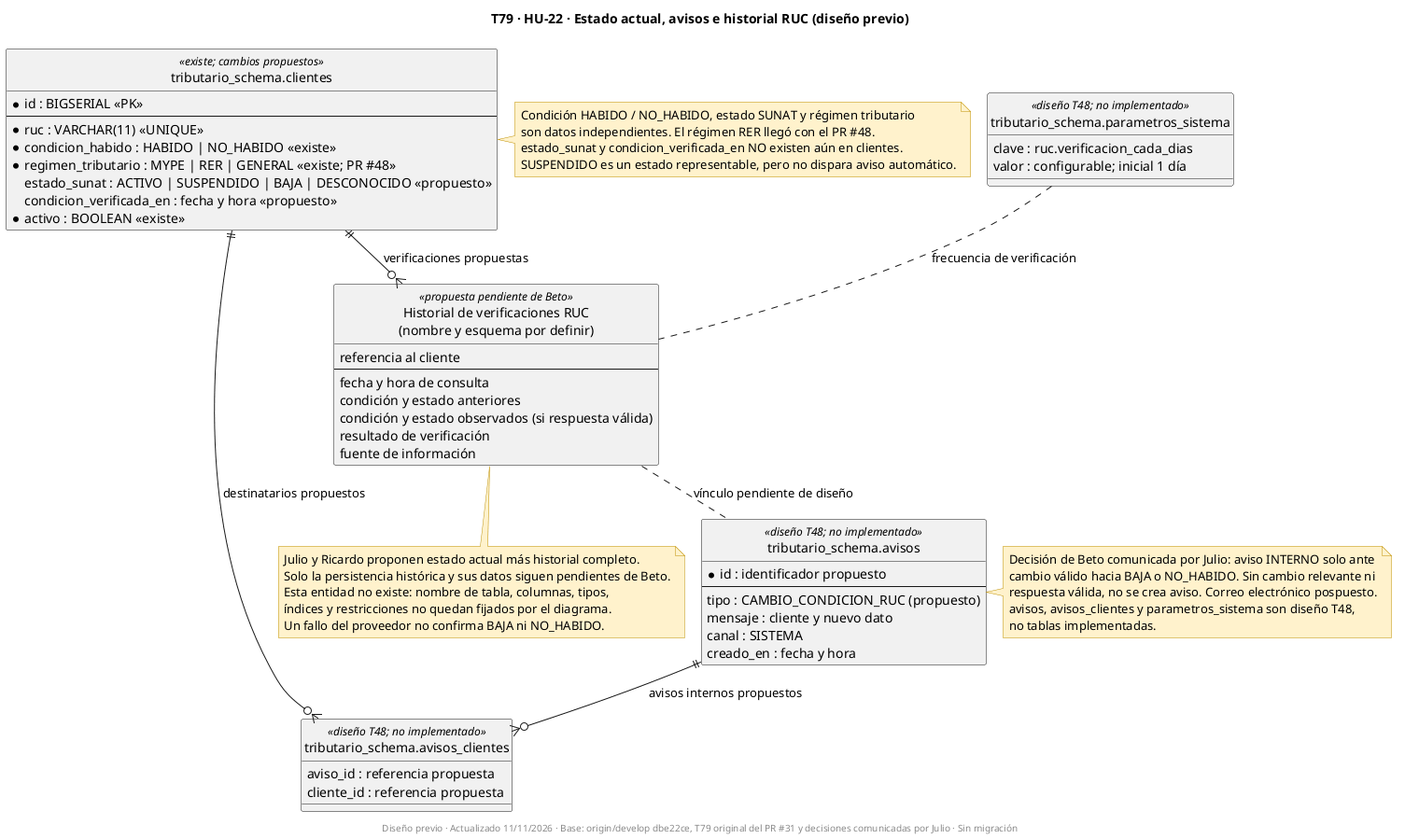
This is docs/uml/img/T79-HU22-er-condicion-cliente.png from fabianrodriguez33/plus-contable, a PlantUML export, as it was before one commit.
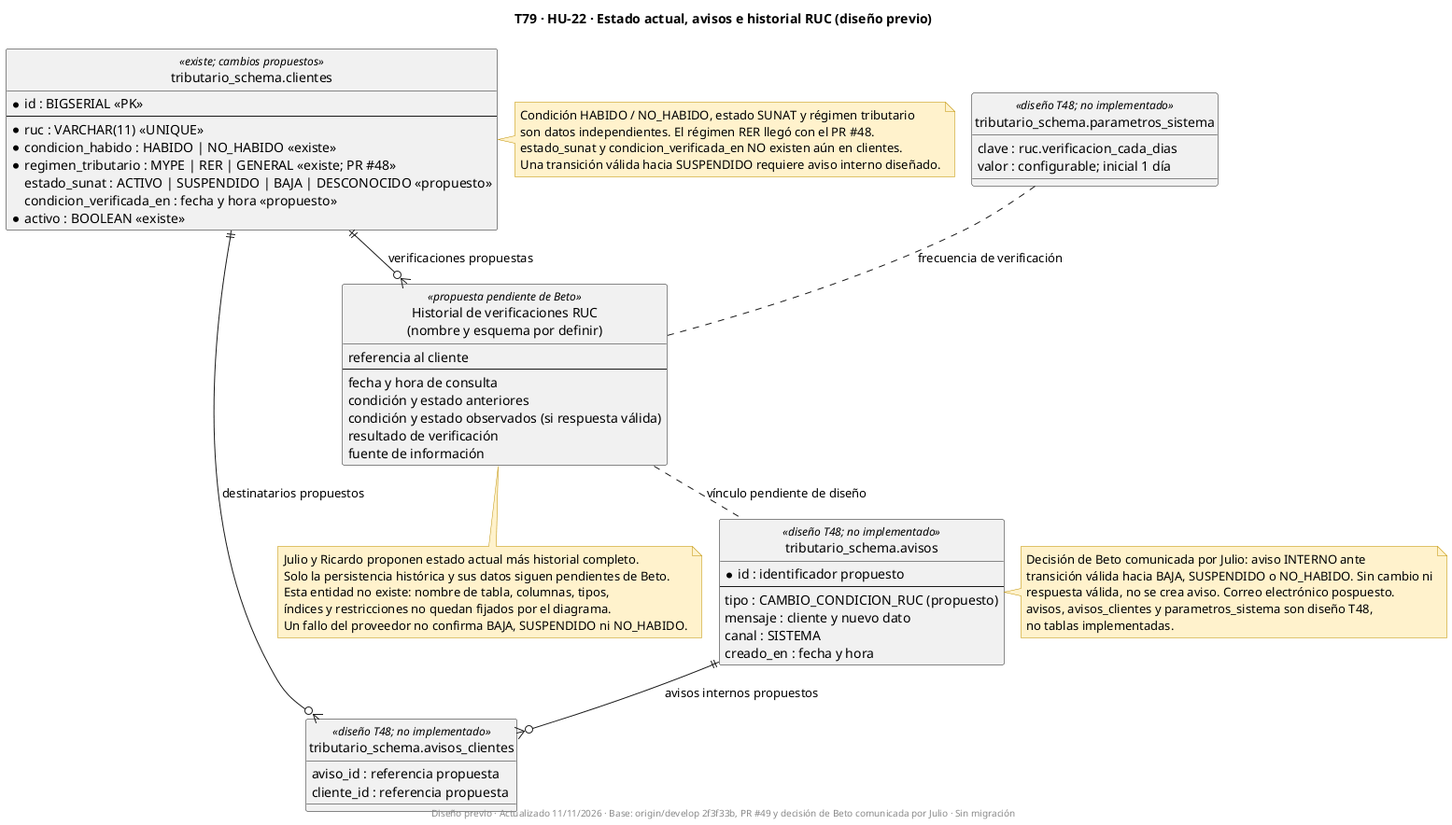
After the change.

Commit message:
docs(HU-22): incluir SUSPENDIDO en alertas T79

Change to the diagram source:
```diff
@@ -52,21 +52,21 @@
   Condición HABIDO / NO_HABIDO, estado SUNAT y régimen tributario
   son datos independientes. El régimen RER llegó con el PR #48.
   estado_sunat y condicion_verificada_en NO existen aún en clientes.
-  SUSPENDIDO es un estado representable, pero no dispara aviso automático.
+  Una transición válida hacia SUSPENDIDO requiere aviso interno diseñado.
 end note
 note bottom of historial
   Julio y Ricardo proponen estado actual más historial completo.
   Solo la persistencia histórica y sus datos siguen pendientes de Beto.
   Esta entidad no existe: nombre de tabla, columnas, tipos,
   índices y restricciones no quedan fijados por el diagrama.
-  Un fallo del proveedor no confirma BAJA ni NO_HABIDO.
+  Un fallo del proveedor no confirma BAJA, SUSPENDIDO ni NO_HABIDO.
 end note
 note right of avisos
-  Decisión de Beto comunicada por Julio: aviso INTERNO solo ante
-  cambio válido hacia BAJA o NO_HABIDO. Sin cambio relevante ni
+  Decisión de Beto comunicada por Julio: aviso INTERNO ante
+  transición válida hacia BAJA, SUSPENDIDO o NO_HABIDO. Sin cambio ni
   respuesta válida, no se crea aviso. Correo electrónico pospuesto.
   avisos, avisos_clientes y parametros_sistema son diseño T48,
   no tablas implementadas.
 end note
-footer Diseño previo · Actualizado 11/11/2026 · Base: origin/develop dbe22ce, T79 original del PR #31 y decisiones comunicadas por Julio · Sin migración
+footer Diseño previo · Actualizado 11/11/2026 · Base: origin/develop 2f3f33b, PR #49 y decisión de Beto comunicada por Julio · Sin migración
 @enduml
```
